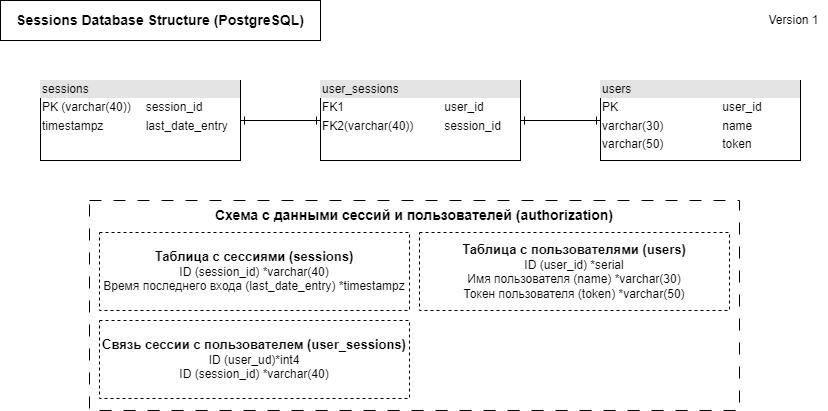
Earlier version of the draw.io export backend/src/servicemap/actual-version/png/sessions-database-structure.png (LaukAlexander/site-parser-0.0.1). Source tidied: cells renumbered, new cells last; positions are measured from the earlier drawing's top-left corner, leaving out a move shared by most shapes.
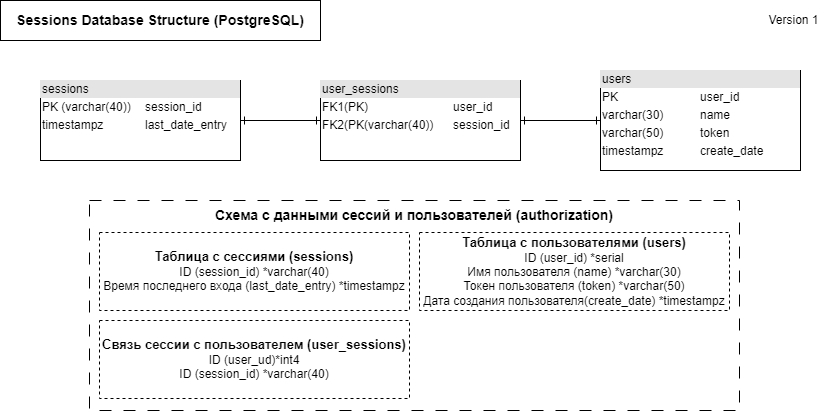
Above is the later version.

Commit message:
- add sql ini files for parsers and sessions db;

What changed in the source:
```diff
@@ -14,7 +14,7 @@
     <mxCell id="5" value="&lt;span style=&quot;border-color: var(--border-color);&quot;&gt;&lt;font style=&quot;border-color: var(--border-color);&quot;&gt;&lt;font style=&quot;font-weight: bold; font-size: 13px;&quot;&gt;Таблица с сессиями (sessions)&lt;/font&gt;&lt;br&gt;ID (session_id) *varchar(40)&lt;br&gt;Время последнего входа (last_date_entry) *timestampz&lt;br&gt;&lt;/font&gt;&lt;/span&gt;" style="rounded=0;whiteSpace=wrap;html=1;dashed=1;" parent="1" vertex="1">
       <mxGeometry x="99" y="232" width="310" height="78" as="geometry" />
     </mxCell>
-    <mxCell id="6" value="&lt;font style=&quot;&quot;&gt;&lt;b style=&quot;font-size: 13px;&quot;&gt;Таблица с пользователями (users)&lt;/b&gt;&lt;br&gt;ID (user_id) *serial&lt;br&gt;Имя пользователя (name) *varchar(30)&lt;br&gt;Токен пользователя (token) *varchar(50)&lt;br&gt;&lt;/font&gt;" style="rounded=0;whiteSpace=wrap;html=1;dashed=1;" parent="1" vertex="1">
+    <mxCell id="6" value="&lt;font style=&quot;&quot;&gt;&lt;b style=&quot;font-size: 13px;&quot;&gt;Таблица с пользователями (users)&lt;/b&gt;&lt;br&gt;ID (user_id) *serial&lt;br&gt;Имя пользователя (name) *varchar(30)&lt;br&gt;Токен пользователя (token) *varchar(50)&lt;br&gt;Дата создания пользователя(create_date) *timestampz&lt;br&gt;&lt;/font&gt;" style="rounded=0;whiteSpace=wrap;html=1;dashed=1;" parent="1" vertex="1">
       <mxGeometry x="419" y="232" width="310" height="78" as="geometry" />
     </mxCell>
     <mxCell id="7" value="&lt;font style=&quot;&quot;&gt;&lt;b style=&quot;font-size: 13px;&quot;&gt;Связь сессии с пользователем (user_sessions)&lt;/b&gt;&lt;br&gt;&lt;font style=&quot;font-size: 12px;&quot;&gt;ID (user_ud)*int4&lt;br&gt;&lt;/font&gt;ID (session_id) *varchar(40)&lt;br&gt;&lt;/font&gt;" style="rounded=0;whiteSpace=wrap;html=1;dashed=1;" parent="1" vertex="1">
@@ -26,14 +26,14 @@
     <mxCell id="9" value="&lt;div style=&quot;box-sizing:border-box;width:100%;background:#e4e4e4;padding:2px;&quot;&gt;sessions&lt;/div&gt;&lt;table style=&quot;width:100%;font-size:1em;&quot; cellpadding=&quot;2&quot; cellspacing=&quot;0&quot;&gt;&lt;tbody&gt;&lt;tr&gt;&lt;td&gt;PK (varchar(40))&lt;/td&gt;&lt;td&gt;session_id&lt;/td&gt;&lt;/tr&gt;&lt;tr&gt;&lt;td&gt;timestampz&lt;/td&gt;&lt;td&gt;last_date_entry&lt;/td&gt;&lt;/tr&gt;&lt;/tbody&gt;&lt;/table&gt;" style="verticalAlign=top;align=left;overflow=fill;html=1;whiteSpace=wrap;" parent="1" vertex="1">
       <mxGeometry x="40" y="80" width="200" height="80" as="geometry" />
     </mxCell>
-    <mxCell id="10" value="&lt;div style=&quot;box-sizing:border-box;width:100%;background:#e4e4e4;padding:2px;&quot;&gt;user_sessions&lt;/div&gt;&lt;table style=&quot;width:100%;font-size:1em;&quot; cellpadding=&quot;2&quot; cellspacing=&quot;0&quot;&gt;&lt;tbody&gt;&lt;tr&gt;&lt;td&gt;FK1&lt;/td&gt;&lt;td&gt;user_id&lt;/td&gt;&lt;/tr&gt;&lt;tr&gt;&lt;td&gt;FK2(varchar(40))&lt;/td&gt;&lt;td&gt;session_id&lt;/td&gt;&lt;/tr&gt;&lt;/tbody&gt;&lt;/table&gt;" style="verticalAlign=top;align=left;overflow=fill;html=1;whiteSpace=wrap;" parent="1" vertex="1">
+    <mxCell id="10" value="&lt;div style=&quot;box-sizing:border-box;width:100%;background:#e4e4e4;padding:2px;&quot;&gt;user_sessions&lt;/div&gt;&lt;table style=&quot;width:100%;font-size:1em;&quot; cellpadding=&quot;2&quot; cellspacing=&quot;0&quot;&gt;&lt;tbody&gt;&lt;tr&gt;&lt;td&gt;FK1(PK)&lt;/td&gt;&lt;td&gt;user_id&lt;/td&gt;&lt;/tr&gt;&lt;tr&gt;&lt;td&gt;FK2(PK(varchar(40))&lt;/td&gt;&lt;td&gt;session_id&lt;/td&gt;&lt;/tr&gt;&lt;/tbody&gt;&lt;/table&gt;" style="verticalAlign=top;align=left;overflow=fill;html=1;whiteSpace=wrap;" parent="1" vertex="1">
       <mxGeometry x="320" y="80" width="200" height="80" as="geometry" />
     </mxCell>
     <mxCell id="11" style="edgeStyle=orthogonalEdgeStyle;rounded=0;jettySize=auto;html=1;exitX=0;exitY=0.5;exitDx=0;exitDy=0;entryX=1;entryY=0.5;entryDx=0;entryDy=0;startArrow=ERone;startFill=0;endArrow=ERone;endFill=0;" parent="1" edge="1" source="12" target="10">
       <mxGeometry relative="1" as="geometry" />
     </mxCell>
-    <mxCell id="12" value="&lt;div style=&quot;box-sizing:border-box;width:100%;background:#e4e4e4;padding:2px;&quot;&gt;users&lt;/div&gt;&lt;table style=&quot;width:100%;font-size:1em;&quot; cellpadding=&quot;2&quot; cellspacing=&quot;0&quot;&gt;&lt;tbody&gt;&lt;tr&gt;&lt;td&gt;PK&lt;/td&gt;&lt;td&gt;user_id&lt;/td&gt;&lt;/tr&gt;&lt;tr&gt;&lt;td&gt;varchar(30)&lt;/td&gt;&lt;td&gt;name&lt;/td&gt;&lt;/tr&gt;&lt;tr&gt;&lt;td&gt;varchar(50)&lt;/td&gt;&lt;td&gt;token&lt;/td&gt;&lt;/tr&gt;&lt;/tbody&gt;&lt;/table&gt;" style="verticalAlign=top;align=left;overflow=fill;html=1;whiteSpace=wrap;" parent="1" vertex="1">
-      <mxGeometry x="600" y="80" width="200" height="80" as="geometry" />
+    <mxCell id="12" value="&lt;div style=&quot;box-sizing:border-box;width:100%;background:#e4e4e4;padding:2px;&quot;&gt;users&lt;/div&gt;&lt;table style=&quot;width:100%;font-size:1em;&quot; cellpadding=&quot;2&quot; cellspacing=&quot;0&quot;&gt;&lt;tbody&gt;&lt;tr&gt;&lt;td&gt;PK&lt;/td&gt;&lt;td&gt;user_id&lt;/td&gt;&lt;/tr&gt;&lt;tr&gt;&lt;td&gt;varchar(30)&lt;/td&gt;&lt;td&gt;name&lt;/td&gt;&lt;/tr&gt;&lt;tr&gt;&lt;td&gt;varchar(50)&lt;/td&gt;&lt;td&gt;token&lt;/td&gt;&lt;/tr&gt;&lt;tr&gt;&lt;td&gt;timestampz&lt;/td&gt;&lt;td&gt;create_date&lt;/td&gt;&lt;/tr&gt;&lt;/tbody&gt;&lt;/table&gt;" style="verticalAlign=top;align=left;overflow=fill;html=1;whiteSpace=wrap;" parent="1" vertex="1">
+      <mxGeometry x="600" y="70" width="200" height="100" as="geometry" />
     </mxCell>
   </root>
 </mxGraphModel>
```
